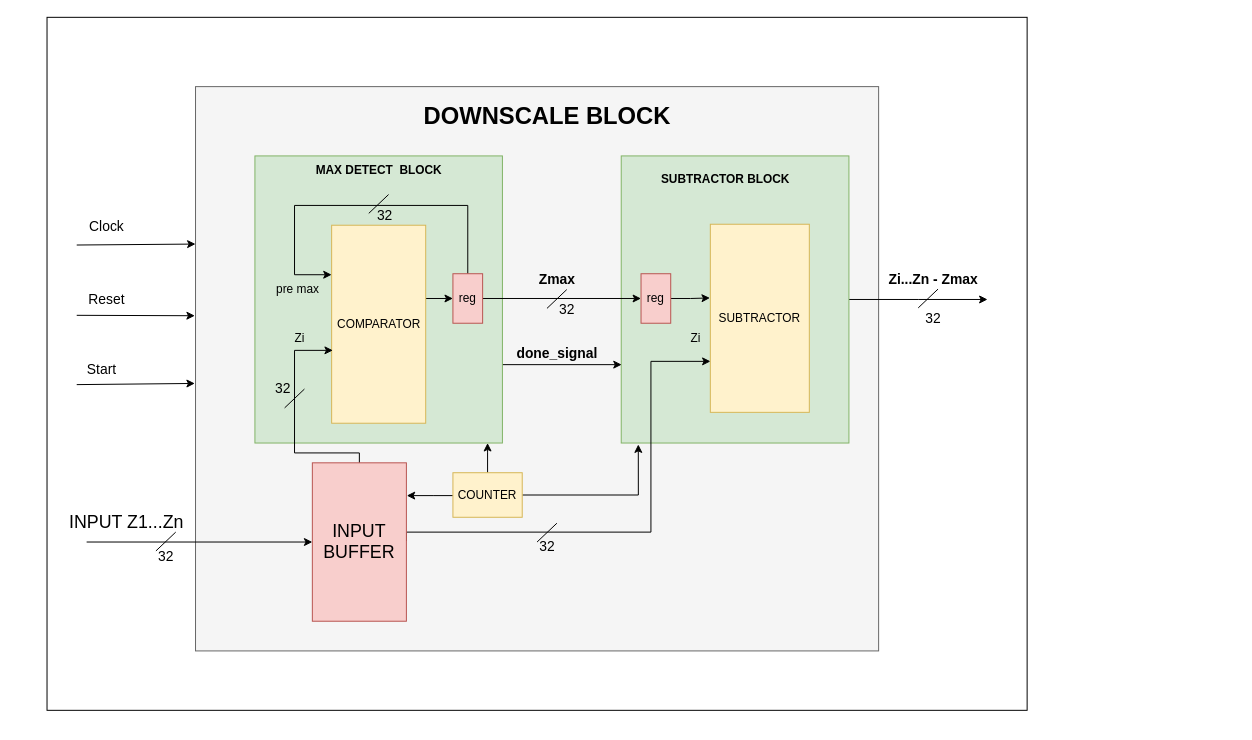
Above: project spec/max_tree_block.drawio in quyenpro123/softmax (draw.io), before the change. Source tidied: cells renumbered, new cells numbered last; positions are measured from the earlier drawing's top-left corner, leaving out a move shared by most shapes. Both pictures are drawn from the tidied source at 99%, with x=0, y=0 at pixel (47, 17).
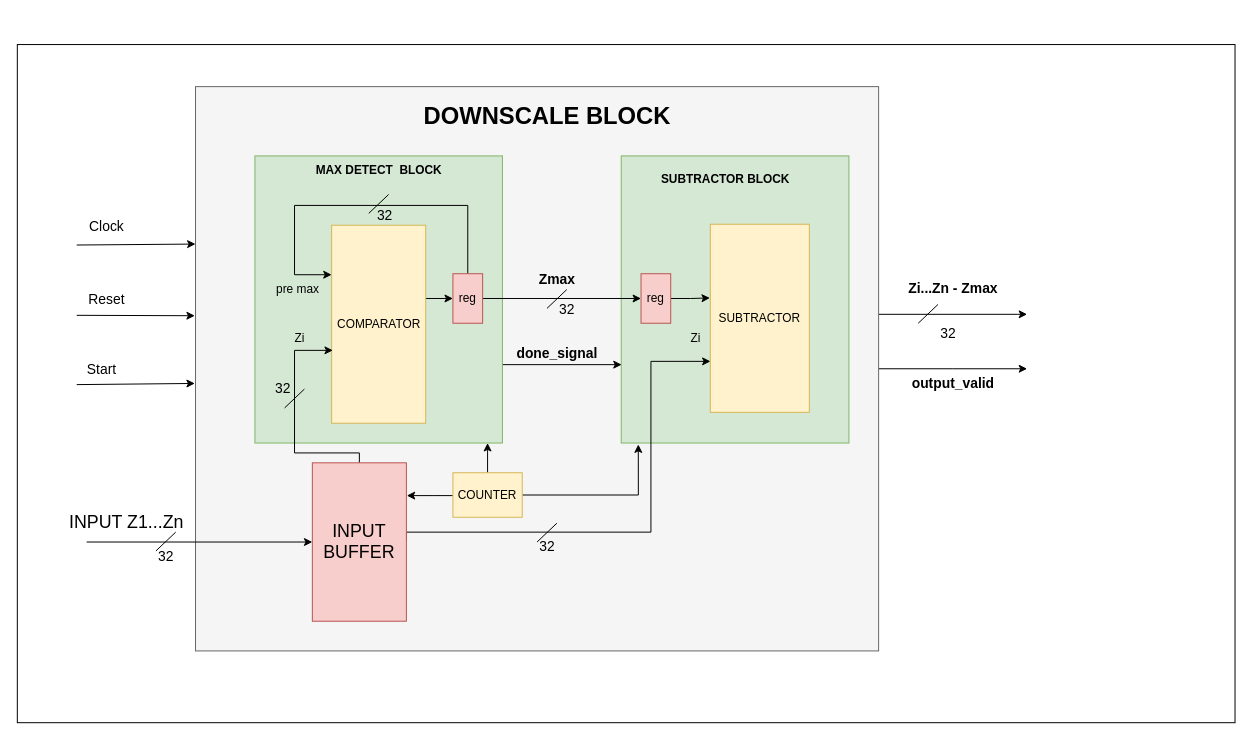
After the change.

The change refers to these unchanged cells:
```xml
<mxCell id="3" style="rounded=0;whiteSpace=wrap;html=1;fontSize=12;fillColor=#f5f5f5;fontColor=#333333;strokeColor=#666666;" parent="1" vertex="1">
  <mxGeometry x="150" y="70" width="690" height="570" as="geometry" />
</mxCell>
<mxCell id="5" style="rounded=0;whiteSpace=wrap;html=1;fontSize=12;fillColor=#d5e8d4;strokeColor=#82b366;" parent="1" vertex="1">
  <mxGeometry x="580" y="140" width="230" height="290" as="geometry" />
</mxCell>
```

What changed in the source:
```diff
@@
     <mxCell id="2" style="rounded=0;whiteSpace=wrap;html=1;fontSize=14;gradientColor=none;" parent="1" vertex="1">
-      <mxGeometry width="990" height="700" as="geometry" />
+      <mxGeometry x="-30" y="27.5" width="1230" height="685" as="geometry" />
     </mxCell>
+    <mxCell id="52" style="edgeStyle=orthogonalEdgeStyle;rounded=0;jettySize=auto;html=1;" parent="1" edge="1" source="3">
+      <mxGeometry relative="1" as="geometry">
+        <mxPoint x="990" y="300" as="targetPoint" />
+        <Array as="points">
+          <mxPoint x="980" y="300" />
+          <mxPoint x="980" y="300" />
+        </Array>
+      </mxGeometry>
+    </mxCell>
+    <mxCell id="53" style="edgeStyle=orthogonalEdgeStyle;rounded=0;jettySize=auto;html=1;" parent="1" edge="1" source="3">
+      <mxGeometry relative="1" as="geometry">
+        <mxPoint x="990" y="355" as="targetPoint" />
+      </mxGeometry>
+    </mxCell>
@@
-    <mxCell id="4" style="edgeStyle=orthogonalEdgeStyle;rounded=0;jettySize=auto;html=1;fontSize=14;" parent="1" edge="1" source="5">
-      <mxGeometry relative="1" as="geometry">
-        <mxPoint x="950" y="285" as="targetPoint" />
-      </mxGeometry>
-    </mxCell>
@@
     <mxCell id="30" value="&lt;b&gt;&lt;font style=&quot;font-size: 14px;&quot;&gt;Zi...Zn - Zmax&lt;/font&gt;&lt;/b&gt;" style="text;html=1;align=center;verticalAlign=middle;strokeColor=none;fillColor=none;fontSize=12;" parent="1" vertex="1">
-      <mxGeometry x="840" y="250" width="110" height="30" as="geometry" />
+      <mxGeometry x="860" y="259" width="110" height="30" as="geometry" />
     </mxCell>
@@
     <mxCell id="43" style="endArrow=none;html=1;rounded=0;fontSize=14;" parent="1" edge="1">
       <mxGeometry relative="1" as="geometry">
-        <mxPoint x="880" y="293.5" as="sourcePoint" />
-        <mxPoint x="900" y="274.5" as="targetPoint" />
+        <mxPoint x="880" y="309" as="sourcePoint" />
+        <mxPoint x="900" y="290" as="targetPoint" />
       </mxGeometry>
     </mxCell>
@@
     <mxCell id="50" value="32" style="text;html=1;align=center;verticalAlign=middle;strokeColor=none;fillColor=none;fontSize=14;" parent="1" vertex="1">
-      <mxGeometry x="875" y="289" width="40" height="30" as="geometry" />
+      <mxGeometry x="890" y="304" width="40" height="30" as="geometry" />
     </mxCell>
@@
+    <mxCell id="54" value="&lt;b&gt;&lt;font style=&quot;font-size: 14px;&quot;&gt;output_valid&lt;/font&gt;&lt;/b&gt;" style="text;html=1;align=center;verticalAlign=middle;strokeColor=none;fillColor=none;" parent="1" vertex="1">
+      <mxGeometry x="860" y="355" width="110" height="30" as="geometry" />
+    </mxCell>
```
